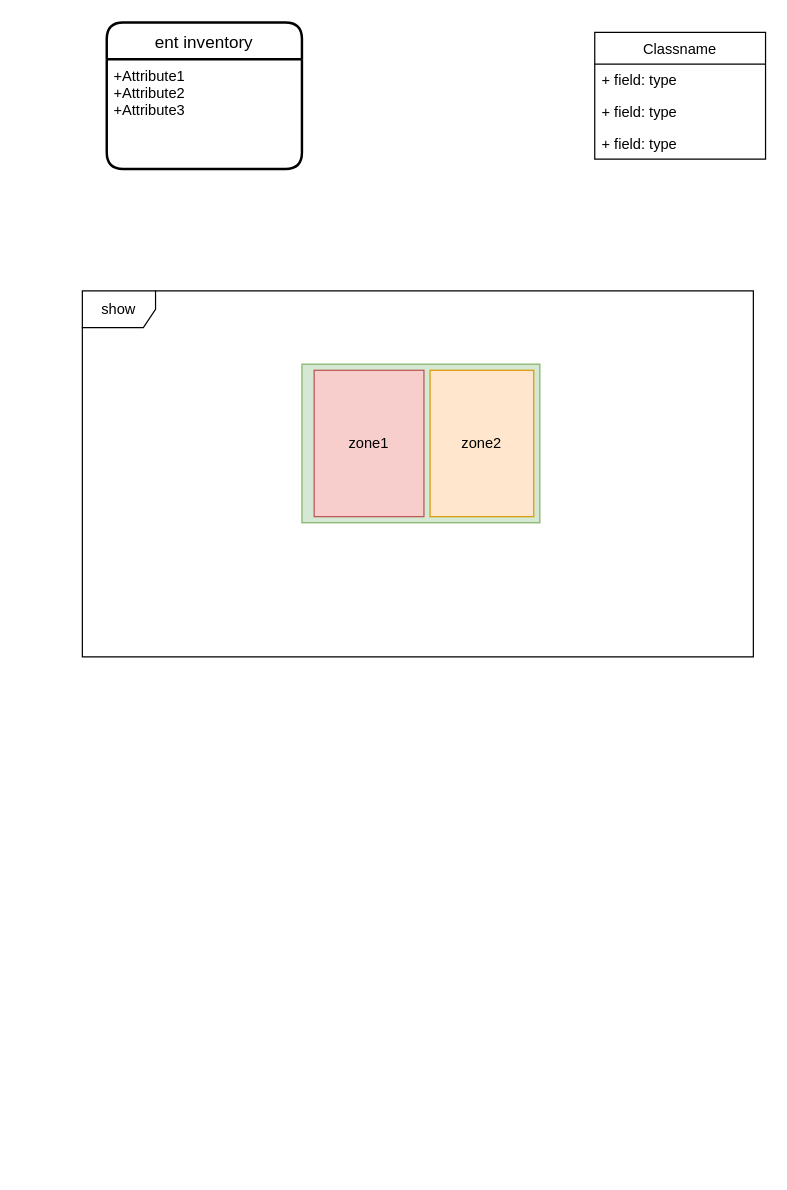
lixyu/draw keeps this draw.io diagram as disney/ent_inventory_datad_structure.drawio. Above is the earlier version. Source tidied: cells renumbered, new cells numbered last; positions are measured from the earlier drawing's top-left corner, leaving out a move shared by most shapes. Both pictures are drawn from the tidied source at 122%, with x=0, y=0 at pixel (82, 22).
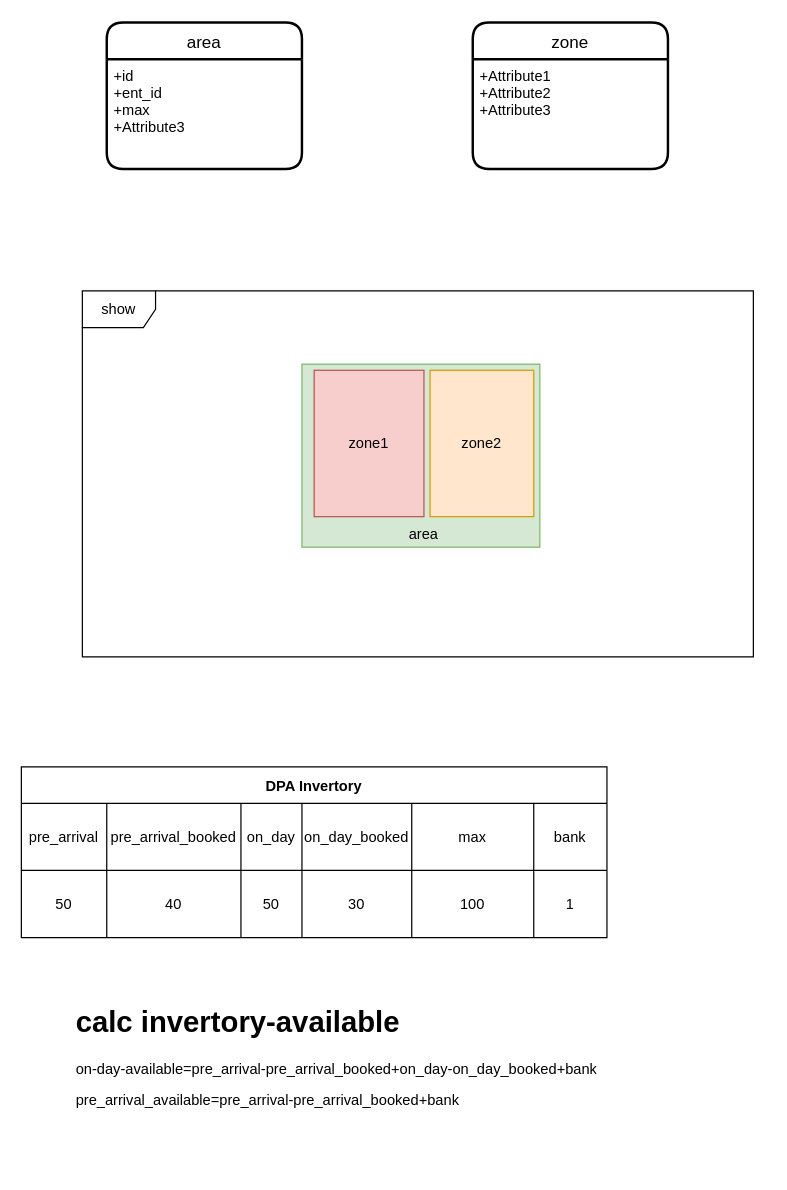
The same page after the edit.

What changed in the source:
```diff
@@
-    <mxCell id="2" value="ent inventory" style="swimlane;horizontal=1;startSize=30;rounded=1;fontSize=14;fontStyle=0;strokeWidth=2;shadow=0;dashed=0;align=center;" parent="1" vertex="1">
+    <mxCell id="2" value="area" style="swimlane;horizontal=1;startSize=30;rounded=1;fontSize=14;fontStyle=0;strokeWidth=2;shadow=0;dashed=0;align=center;" parent="1" vertex="1">
       <mxGeometry x="20" width="160" height="120" as="geometry" />
     </mxCell>
-    <mxCell id="3" value="+Attribute1&#10;+Attribute2&#10;+Attribute3" style="align=left;strokeColor=none;fillColor=none;spacingLeft=4;fontSize=12;verticalAlign=top;" parent="2" vertex="1">
+    <mxCell id="3" value="+id&#10;+ent_id&#10;+max&#10;+Attribute3" style="align=left;strokeColor=none;fillColor=none;spacingLeft=4;fontSize=12;verticalAlign=top;" parent="2" vertex="1">
       <mxGeometry y="30" width="160" height="90" as="geometry" />
     </mxCell>
-    <mxCell id="4" value="Classname" style="swimlane;fontStyle=0;horizontal=1;startSize=26;fillColor=none;" parent="1" vertex="1">
-      <mxGeometry x="420" y="8" width="140" height="104" as="geometry" />
-    </mxCell>
-    <mxCell id="5" value="+ field: type" style="text;strokeColor=none;fillColor=none;align=left;verticalAlign=top;spacingLeft=4;spacingRight=4;overflow=hidden;" parent="4" vertex="1">
-      <mxGeometry y="26" width="140" height="26" as="geometry" />
-    </mxCell>
-    <mxCell id="6" value="+ field: type" style="text;strokeColor=none;fillColor=none;align=left;verticalAlign=top;spacingLeft=4;spacingRight=4;overflow=hidden;" parent="4" vertex="1">
-      <mxGeometry y="52" width="140" height="26" as="geometry" />
-    </mxCell>
-    <mxCell id="7" value="+ field: type" style="text;strokeColor=none;fillColor=none;align=left;verticalAlign=top;spacingLeft=4;spacingRight=4;overflow=hidden;" parent="4" vertex="1">
-      <mxGeometry y="78" width="140" height="26" as="geometry" />
-    </mxCell>
@@
     <mxCell id="9" style="rounded=0;whiteSpace=wrap;html=1;fillColor=#d5e8d4;strokeColor=#82b366;" parent="1" vertex="1">
-      <mxGeometry x="180" y="280" width="195" height="130" as="geometry" />
+      <mxGeometry x="180" y="280" width="195" height="150" as="geometry" />
     </mxCell>
@@
+    <mxCell id="12" value="area" style="text;html=1;strokeColor=none;fillColor=none;align=center;verticalAlign=middle;whiteSpace=wrap;rounded=0;" parent="1" vertex="1">
+      <mxGeometry x="250" y="405" width="60" height="30" as="geometry" />
+    </mxCell>
+    <mxCell id="13" value="zone" style="swimlane;horizontal=1;startSize=30;rounded=1;fontSize=14;fontStyle=0;strokeWidth=2;shadow=0;dashed=0;align=center;" parent="1" vertex="1">
+      <mxGeometry x="320" width="160" height="120" as="geometry" />
+    </mxCell>
+    <mxCell id="14" value="+Attribute1&#10;+Attribute2&#10;+Attribute3" style="align=left;strokeColor=none;fillColor=none;spacingLeft=4;fontSize=12;verticalAlign=top;" parent="13" vertex="1">
+      <mxGeometry y="30" width="160" height="90" as="geometry" />
+    </mxCell>
+    <mxCell id="15" value="DPA Invertory" style="shape=table;startSize=30;childLayout=tableLayout;fontStyle=1;align=center;" parent="1" vertex="1">
+      <mxGeometry x="-50" y="610" width="480" height="140" as="geometry" />
+    </mxCell>
+    <mxCell id="16" style="shape=tableRow;horizontal=0;startSize=0;swimlaneHead=0;swimlaneBody=0;top=0;left=0;bottom=0;right=0;fillColor=none;" parent="15" vertex="1">
+      <mxGeometry y="30" width="480" height="55" as="geometry" />
+    </mxCell>
+    <mxCell id="17" value="pre_arrival" style="shape=partialRectangle;html=1;whiteSpace=wrap;fillColor=none;top=0;left=0;bottom=0;right=0;overflow=hidden;" parent="16" vertex="1">
+      <mxGeometry width="70" height="55" as="geometry" />
+    </mxCell>
+    <mxCell id="18" value="pre_arrival_booked" style="shape=partialRectangle;html=1;whiteSpace=wrap;fillColor=none;top=0;left=0;bottom=0;right=0;overflow=hidden;" parent="16" vertex="1">
+      <mxGeometry x="70" width="110" height="55" as="geometry" />
+    </mxCell>
+    <mxCell id="19" value="on_day" style="shape=partialRectangle;html=1;whiteSpace=wrap;fillColor=none;top=0;left=0;bottom=0;right=0;overflow=hidden;" parent="16" vertex="1">
+      <mxGeometry x="180" width="50" height="55" as="geometry" />
+    </mxCell>
+    <mxCell id="20" value="on_day_booked" style="shape=partialRectangle;html=1;whiteSpace=wrap;fillColor=none;top=0;left=0;bottom=0;right=0;overflow=hidden;" parent="16" vertex="1">
+      <mxGeometry x="230" width="90" height="55" as="geometry" />
+    </mxCell>
+    <mxCell id="21" value="max" style="shape=partialRectangle;html=1;whiteSpace=wrap;fillColor=none;top=0;left=0;bottom=0;right=0;overflow=hidden;" parent="16" vertex="1">
+      <mxGeometry x="320" width="100" height="55" as="geometry" />
+    </mxCell>
+    <mxCell id="22" value="bank" style="shape=partialRectangle;html=1;whiteSpace=wrap;fillColor=none;top=0;left=0;bottom=0;right=0;overflow=hidden;" parent="16" vertex="1">
+      <mxGeometry x="420" width="60" height="55" as="geometry" />
+    </mxCell>
+    <mxCell id="23" style="shape=tableRow;horizontal=0;startSize=0;swimlaneHead=0;swimlaneBody=0;top=0;left=0;bottom=0;right=0;fillColor=none;" parent="15" vertex="1">
+      <mxGeometry y="85" width="480" height="55" as="geometry" />
+    </mxCell>
+    <mxCell id="24" value="50" style="shape=partialRectangle;html=1;whiteSpace=wrap;fillColor=none;top=0;left=0;bottom=0;right=0;overflow=hidden;" parent="23" vertex="1">
+      <mxGeometry width="70" height="55" as="geometry" />
+    </mxCell>
+    <mxCell id="25" value="40" style="shape=partialRectangle;html=1;whiteSpace=wrap;fillColor=none;top=0;left=0;bottom=0;right=0;overflow=hidden;" parent="23" vertex="1">
+      <mxGeometry x="70" width="110" height="55" as="geometry" />
+    </mxCell>
+    <mxCell id="26" value="50" style="shape=partialRectangle;html=1;whiteSpace=wrap;fillColor=none;top=0;left=0;bottom=0;right=0;overflow=hidden;" parent="23" vertex="1">
+      <mxGeometry x="180" width="50" height="55" as="geometry" />
+    </mxCell>
+    <mxCell id="27" value="30" style="shape=partialRectangle;html=1;whiteSpace=wrap;fillColor=none;top=0;left=0;bottom=0;right=0;overflow=hidden;" parent="23" vertex="1">
+      <mxGeometry x="230" width="90" height="55" as="geometry" />
+    </mxCell>
+    <mxCell id="28" value="100" style="shape=partialRectangle;html=1;whiteSpace=wrap;fillColor=none;top=0;left=0;bottom=0;right=0;overflow=hidden;" parent="23" vertex="1">
+      <mxGeometry x="320" width="100" height="55" as="geometry" />
+    </mxCell>
+    <mxCell id="29" value="1" style="shape=partialRectangle;html=1;whiteSpace=wrap;fillColor=none;top=0;left=0;bottom=0;right=0;overflow=hidden;" parent="23" vertex="1">
+      <mxGeometry x="420" width="60" height="55" as="geometry" />
+    </mxCell>
+    <mxCell id="30" value="&lt;h1&gt;calc invertory-available&lt;/h1&gt;&lt;p&gt;on-day-available=pre_arrival-pre_arrival_booked+on_day-on_day_booked+bank&lt;/p&gt;&lt;p&gt;pre_arrival_available=pre_arrival-pre_arrival_booked+bank&lt;/p&gt;" style="text;html=1;strokeColor=none;fillColor=none;spacing=5;spacingTop=-20;whiteSpace=wrap;overflow=hidden;rounded=0;" parent="1" vertex="1">
+      <mxGeometry x="-10" y="800" width="460" height="140" as="geometry" />
+    </mxCell>
```
